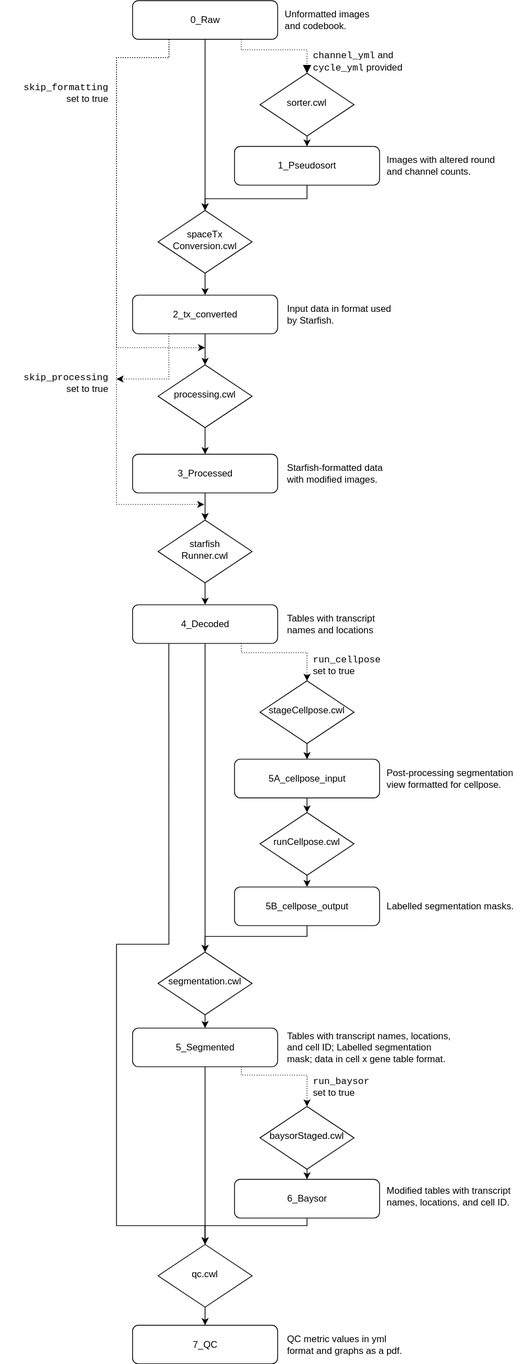
hubmapconsortium/spatial-transcriptomics-pipeline keeps this draw.io diagram as flowchart.svg. Above is the earlier version. Source tidied: cells renumbered, new cells last; positions are measured from the earlier drawing's top-left corner, leaving out a move shared by most shapes.
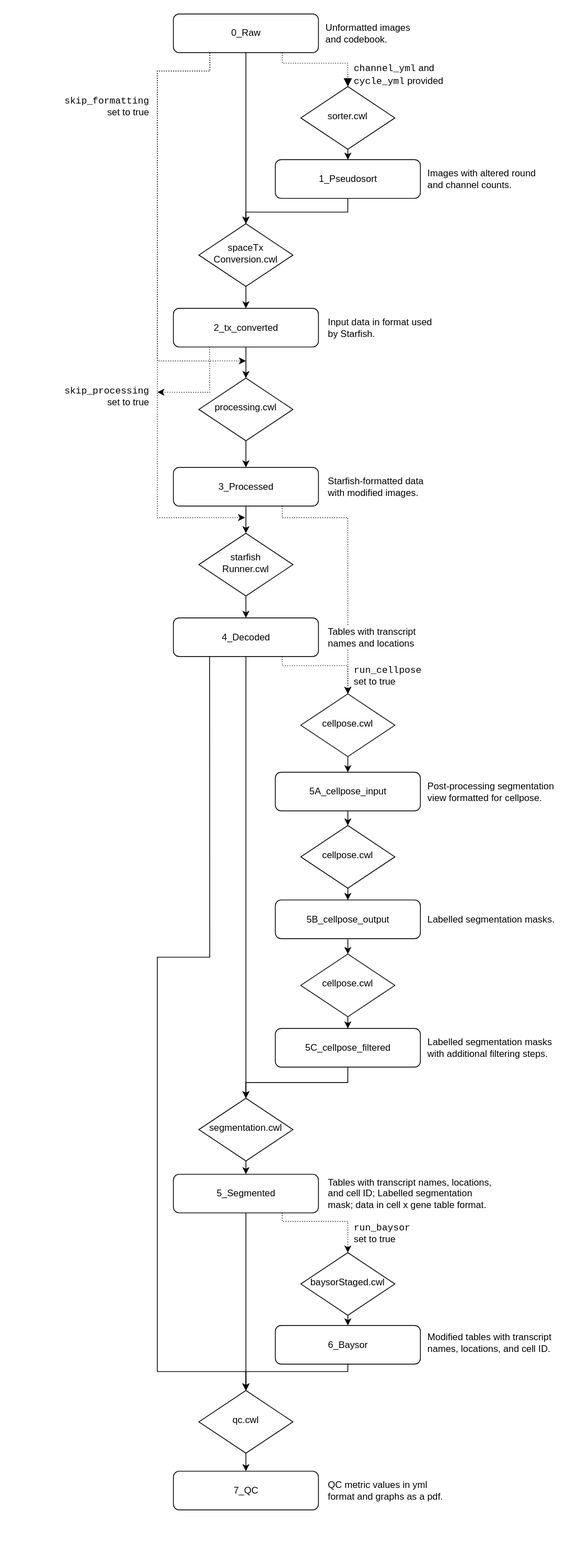
After the commit.

Commit message:
Updated flowchart to be visible in darkmode, documentation updates

Change to the diagram source:
```diff
@@ -2,6 +2,17 @@
   <root>
     <mxCell id="0" />
     <mxCell id="1" parent="0" />
+    <mxCell id="63" style="whiteSpace=wrap;html=1;strokeColor=none;" parent="1" vertex="1">
+      <mxGeometry x="-52" y="-17" width="740" height="2000" as="geometry" />
+    </mxCell>
+    <mxCell id="64" style="edgeStyle=orthogonalEdgeStyle;rounded=0;jettySize=auto;html=1;exitX=0.75;exitY=1;exitDx=0;exitDy=0;entryX=0.5;entryY=0;entryDx=0;entryDy=0;dashed=1;dashPattern=1 2;" parent="1" edge="1" source="22" target="52">
+      <mxGeometry relative="1" as="geometry">
+        <Array as="points">
+          <mxPoint x="307" y="643" />
+          <mxPoint x="391" y="643" />
+        </Array>
+      </mxGeometry>
+    </mxCell>
     <mxCell id="2" style="rounded=0;html=1;jettySize=auto;fontSize=11;endArrow=block;endFill=1;endSize=8;strokeWidth=1;shadow=0;labelBackgroundColor=none;edgeStyle=orthogonalEdgeStyle;dashed=1;dashPattern=1 2;exitX=0.75;exitY=1;exitDx=0;exitDy=0;entryX=0.5;entryY=0;entryDx=0;entryDy=0;" parent="1" edge="1" source="33" target="4">
       <mxGeometry relative="1" as="geometry">
         <Array as="points">
@@ -38,19 +49,19 @@
       <mxGeometry relative="1" as="geometry" />
     </mxCell>
     <mxCell id="12" value="segmentation.cwl" style="rhombus;whiteSpace=wrap;html=1;shadow=0;fontFamily=Helvetica;fontSize=12;align=center;strokeWidth=1;spacing=6;spacingTop=-4;" parent="1" vertex="1">
-      <mxGeometry x="201" y="1214" width="120" height="80" as="geometry" />
+      <mxGeometry x="201" y="1384" width="120" height="80" as="geometry" />
     </mxCell>
     <mxCell id="13" style="edgeStyle=none;rounded=0;jettySize=auto;html=1;exitX=0.5;exitY=1;exitDx=0;exitDy=0;entryX=0.5;entryY=0;entryDx=0;entryDy=0;" parent="1" edge="1" source="14" target="30">
       <mxGeometry relative="1" as="geometry" />
     </mxCell>
     <mxCell id="14" value="baysorStaged.cwl" style="rhombus;whiteSpace=wrap;html=1;shadow=0;fontFamily=Helvetica;fontSize=12;align=center;strokeWidth=1;spacing=6;spacingTop=-4;" parent="1" vertex="1">
-      <mxGeometry x="331" y="1411" width="120" height="80" as="geometry" />
+      <mxGeometry x="331" y="1581" width="120" height="80" as="geometry" />
     </mxCell>
     <mxCell id="15" style="edgeStyle=none;rounded=0;jettySize=auto;html=1;exitX=0.5;exitY=1;exitDx=0;exitDy=0;entryX=0.5;entryY=0;entryDx=0;entryDy=0;" parent="1" edge="1" source="16" target="31">
       <mxGeometry relative="1" as="geometry" />
     </mxCell>
     <mxCell id="16" value="qc.cwl" style="rhombus;whiteSpace=wrap;html=1;shadow=0;fontFamily=Helvetica;fontSize=12;align=center;strokeWidth=1;spacing=6;spacingTop=-4;" parent="1" vertex="1">
-      <mxGeometry x="201" y="1587" width="120" height="80" as="geometry" />
+      <mxGeometry x="201" y="1757" width="120" height="80" as="geometry" />
     </mxCell>
     <mxCell id="17" style="edgeStyle=orthogonalEdgeStyle;rounded=0;jettySize=auto;html=1;exitX=0.5;exitY=1;exitDx=0;exitDy=0;entryX=0.5;entryY=0;entryDx=0;entryDy=0;" parent="1" edge="1" source="18" target="6">
       <mxGeometry relative="1" as="geometry">
@@ -83,8 +94,8 @@
         <Array as="points">
           <mxPoint x="215" y="1204" />
           <mxPoint x="148" y="1204" />
-          <mxPoint x="148" y="1563" />
-          <mxPoint x="261" y="1563" />
+          <mxPoint x="148" y="1733" />
+          <mxPoint x="261" y="1733" />
         </Array>
       </mxGeometry>
     </mxCell>
@@ -97,27 +108,27 @@
     <mxCell id="27" style="edgeStyle=orthogonalEdgeStyle;rounded=0;jettySize=auto;html=1;exitX=0.75;exitY=1;exitDx=0;exitDy=0;entryX=0.5;entryY=0;entryDx=0;entryDy=0;dashed=1;dashPattern=1 2;" parent="1" edge="1" source="28" target="14">
       <mxGeometry relative="1" as="geometry">
         <Array as="points">
-          <mxPoint x="307" y="1371" />
-          <mxPoint x="391" y="1371" />
+          <mxPoint x="307" y="1541" />
+          <mxPoint x="391" y="1541" />
         </Array>
       </mxGeometry>
     </mxCell>
     <mxCell id="28" value="5_Segmented" style="rounded=1;whiteSpace=wrap;html=1;fontSize=12;glass=0;strokeWidth=1;shadow=0;" parent="1" vertex="1">
-      <mxGeometry x="168.5" y="1311" width="185" height="49.3" as="geometry" />
+      <mxGeometry x="168.5" y="1481" width="185" height="49.3" as="geometry" />
     </mxCell>
     <mxCell id="29" style="edgeStyle=orthogonalEdgeStyle;rounded=0;jettySize=auto;html=1;exitX=0.5;exitY=1;exitDx=0;exitDy=0;entryX=0.5;entryY=0;entryDx=0;entryDy=0;" parent="1" edge="1" source="30" target="16">
       <mxGeometry relative="1" as="geometry">
         <Array as="points">
-          <mxPoint x="391" y="1563" />
-          <mxPoint x="261" y="1563" />
+          <mxPoint x="391" y="1733" />
+          <mxPoint x="261" y="1733" />
         </Array>
       </mxGeometry>
     </mxCell>
     <mxCell id="30" value="6_Baysor" style="rounded=1;whiteSpace=wrap;html=1;fontSize=12;glass=0;strokeWidth=1;shadow=0;" parent="1" vertex="1">
-      <mxGeometry x="298.5" y="1504" width="185" height="49.3" as="geometry" />
+      <mxGeometry x="298.5" y="1674" width="185" height="49.3" as="geometry" />
     </mxCell>
     <mxCell id="31" value="7_QC" style="rounded=1;whiteSpace=wrap;html=1;fontSize=12;glass=0;strokeWidth=1;shadow=0;" parent="1" vertex="1">
-      <mxGeometry x="168.5" y="1690" width="185" height="49.3" as="geometry" />
+      <mxGeometry x="168.5" y="1860" width="185" height="49.3" as="geometry" />
     </mxCell>
     <mxCell id="32" style="group;" parent="1" vertex="1">
       <mxGeometry x="168.5" y="0.3" width="322.5" height="49.3" as="geometry" />
@@ -137,17 +148,17 @@
     <mxCell id="37" value="Starfish-formatted data with modified images." style="text;html=1;strokeColor=none;fillColor=none;align=left;verticalAlign=middle;whiteSpace=wrap;rounded=0;" parent="1" vertex="1">
       <mxGeometry x="363.5" y="588.7" width="147.5" height="30" as="geometry" />
     </mxCell>
-    <mxCell id="38" value="Tables with transcript names and locations" style="text;html=1;strokeColor=none;fillColor=none;align=left;verticalAlign=middle;whiteSpace=wrap;rounded=0;" parent="1" vertex="1">
+    <mxCell id="38" value="&lt;span style=&quot;background-color: rgb(255, 255, 255);&quot;&gt;Tables with transcript names and locations&lt;/span&gt;" style="text;html=1;align=left;verticalAlign=middle;whiteSpace=wrap;rounded=0;fillColor=default;gradientColor=none;" parent="1" vertex="1">
       <mxGeometry x="363.5" y="780.7" width="147.5" height="30" as="geometry" />
     </mxCell>
     <mxCell id="39" value="Tables with transcript names, locations, and cell ID; Labelled segmentation mask; data in cell x gene table format." style="text;html=1;strokeColor=none;fillColor=none;align=left;verticalAlign=middle;whiteSpace=wrap;rounded=0;" parent="1" vertex="1">
-      <mxGeometry x="363.5" y="1320.7" width="217.5" height="30" as="geometry" />
+      <mxGeometry x="363.5" y="1490.7" width="217.5" height="30" as="geometry" />
     </mxCell>
     <mxCell id="40" value="Modified tables with transcript names, locations, and cell ID." style="text;html=1;strokeColor=none;fillColor=none;align=left;verticalAlign=middle;whiteSpace=wrap;rounded=0;" parent="1" vertex="1">
-      <mxGeometry x="491" y="1510.7" width="180" height="30" as="geometry" />
+      <mxGeometry x="491" y="1680.7" width="180" height="30" as="geometry" />
     </mxCell>
     <mxCell id="41" value="QC metric values in yml format and graphs as a pdf." style="text;html=1;strokeColor=none;fillColor=none;align=left;verticalAlign=middle;whiteSpace=wrap;rounded=0;" parent="1" vertex="1">
-      <mxGeometry x="363.5" y="1699.7" width="157.5" height="30" as="geometry" />
+      <mxGeometry x="363.5" y="1869.7" width="157.5" height="30" as="geometry" />
     </mxCell>
     <mxCell id="42" style="edgeStyle=orthogonalEdgeStyle;rounded=0;orthogonalLoop=1;jettySize=auto;html=1;exitX=0.5;exitY=1;exitDx=0;exitDy=0;" parent="1" edge="1" source="4" target="4">
       <mxGeometry relative="1" as="geometry" />
@@ -191,7 +202,7 @@
       </mxGeometry>
     </mxCell>
     <mxCell id="49" value="&lt;font face=&quot;Courier New&quot;&gt;run_baysor&lt;br&gt;&lt;/font&gt;set to true" style="text;html=1;strokeColor=none;fillColor=none;align=left;verticalAlign=middle;whiteSpace=wrap;rounded=0;" parent="1" vertex="1">
-      <mxGeometry x="397" y="1371" width="130" height="30" as="geometry" />
+      <mxGeometry x="397" y="1541" width="130" height="30" as="geometry" />
     </mxCell>
     <mxCell id="50" style="edgeStyle=none;rounded=0;jettySize=auto;html=1;exitX=0.5;exitY=1;exitDx=0;exitDy=0;entryX=0.5;entryY=0;entryDx=0;entryDy=0;" parent="1" edge="1" source="33" target="6">
       <mxGeometry relative="1" as="geometry" />
@@ -199,7 +210,7 @@
     <mxCell id="51" style="rounded=0;jettySize=auto;html=1;exitX=0.5;exitY=1;exitDx=0;exitDy=0;entryX=0.5;entryY=0;entryDx=0;entryDy=0;" parent="1" edge="1" source="52" target="59">
       <mxGeometry relative="1" as="geometry" />
     </mxCell>
-    <mxCell id="52" value="stageCellpose.cwl" style="rhombus;whiteSpace=wrap;html=1;shadow=0;fontFamily=Helvetica;fontSize=12;align=center;strokeWidth=1;spacing=6;spacingTop=-4;" parent="1" vertex="1">
+    <mxCell id="52" value="cellpose.cwl" style="rhombus;whiteSpace=wrap;html=1;shadow=0;fontFamily=Helvetica;fontSize=12;align=center;strokeWidth=1;spacing=6;spacingTop=-4;" parent="1" vertex="1">
       <mxGeometry x="331" y="868" width="120" height="80" as="geometry" />
     </mxCell>
     <mxCell id="53" style="edgeStyle=orthogonalEdgeStyle;rounded=0;jettySize=auto;html=1;exitX=0.75;exitY=1;exitDx=0;exitDy=0;entryX=0.5;entryY=0;entryDx=0;entryDy=0;dashed=1;dashPattern=1 2;" parent="1" edge="1" source="25" target="52">
@@ -210,12 +221,12 @@
         </Array>
       </mxGeometry>
     </mxCell>
-    <mxCell id="54" style="edgeStyle=orthogonalEdgeStyle;rounded=0;jettySize=auto;html=1;exitX=0.5;exitY=1;exitDx=0;exitDy=0;entryX=0.5;entryY=0;entryDx=0;entryDy=0;" parent="1" edge="1" source="55">
+    <mxCell id="54" style="edgeStyle=orthogonalEdgeStyle;rounded=0;jettySize=auto;html=1;exitX=0.5;exitY=1;exitDx=0;exitDy=0;entryX=0.5;entryY=0;entryDx=0;entryDy=0;" parent="1" edge="1" source="65">
       <mxGeometry relative="1" as="geometry">
-        <mxPoint x="261" y="1214" as="targetPoint" />
+        <mxPoint x="261" y="1384" as="targetPoint" />
         <Array as="points">
-          <mxPoint x="391" y="1194" />
-          <mxPoint x="261" y="1194" />
+          <mxPoint x="391" y="1364" />
+          <mxPoint x="261" y="1364" />
         </Array>
       </mxGeometry>
     </mxCell>
@@ -226,7 +237,7 @@
       <mxGeometry x="491" y="1140.7" width="180" height="30" as="geometry" />
     </mxCell>
     <mxCell id="57" value="&lt;font face=&quot;Courier New&quot;&gt;run_cellpose&lt;br&gt;&lt;/font&gt;set to true" style="text;html=1;strokeColor=none;fillColor=none;align=left;verticalAlign=middle;whiteSpace=wrap;rounded=0;" parent="1" vertex="1">
-      <mxGeometry x="397" y="833" width="130" height="30" as="geometry" />
+      <mxGeometry x="397" y="830" width="130" height="30" as="geometry" />
     </mxCell>
     <mxCell id="58" style="rounded=0;jettySize=auto;html=1;exitX=0.5;exitY=1;exitDx=0;exitDy=0;entryX=0.5;entryY=0;entryDx=0;entryDy=0;" parent="1" edge="1" source="59" target="62">
       <mxGeometry relative="1" as="geometry" />
@@ -240,8 +251,25 @@
     <mxCell id="61" style="edgeStyle=none;rounded=0;jettySize=auto;html=1;exitX=0.5;exitY=1;exitDx=0;exitDy=0;entryX=0.5;entryY=0;entryDx=0;entryDy=0;" parent="1" edge="1" source="62" target="55">
       <mxGeometry relative="1" as="geometry" />
     </mxCell>
-    <mxCell id="62" value="runCellpose.cwl" style="rhombus;whiteSpace=wrap;html=1;shadow=0;fontFamily=Helvetica;fontSize=12;align=center;strokeWidth=1;spacing=6;spacingTop=-4;" parent="1" vertex="1">
+    <mxCell id="62" value="cellpose.cwl" style="rhombus;whiteSpace=wrap;html=1;shadow=0;fontFamily=Helvetica;fontSize=12;align=center;strokeWidth=1;spacing=6;spacingTop=-4;" parent="1" vertex="1">
       <mxGeometry x="331" y="1036" width="120" height="80" as="geometry" />
     </mxCell>
+    <mxCell id="65" value="5C_cellpose_filtered" style="rounded=1;whiteSpace=wrap;html=1;fontSize=12;glass=0;strokeWidth=1;shadow=0;" parent="1" vertex="1">
+      <mxGeometry x="298.5" y="1295" width="185" height="49.3" as="geometry" />
+    </mxCell>
+    <mxCell id="66" style="rounded=0;jettySize=auto;html=1;exitX=0.5;exitY=1;exitDx=0;exitDy=0;entryX=0.5;entryY=0;entryDx=0;entryDy=0;" parent="1" edge="1" target="68">
+      <mxGeometry relative="1" as="geometry">
+        <mxPoint x="391" y="1181" as="sourcePoint" />
+      </mxGeometry>
+    </mxCell>
+    <mxCell id="67" style="edgeStyle=none;rounded=0;jettySize=auto;html=1;exitX=0.5;exitY=1;exitDx=0;exitDy=0;entryX=0.5;entryY=0;entryDx=0;entryDy=0;" parent="1" edge="1" source="68" target="65">
+      <mxGeometry relative="1" as="geometry" />
+    </mxCell>
+    <mxCell id="68" value="cellpose.cwl" style="rhombus;whiteSpace=wrap;html=1;shadow=0;fontFamily=Helvetica;fontSize=12;align=center;strokeWidth=1;spacing=6;spacingTop=-4;" parent="1" vertex="1">
+      <mxGeometry x="331" y="1200" width="120" height="80" as="geometry" />
+    </mxCell>
+    <mxCell id="69" value="Labelled segmentation masks with additional filtering steps." style="text;html=1;strokeColor=none;fillColor=none;align=left;verticalAlign=middle;whiteSpace=wrap;rounded=0;" parent="1" vertex="1">
+      <mxGeometry x="491" y="1304.7" width="180" height="30" as="geometry" />
+    </mxCell>
   </root>
 </mxGraphModel>
```
